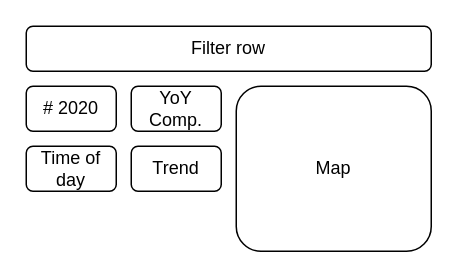
Above: page "layout" (2 of 3) of sketchpad.drawio in JayJose/atlanta-crime (draw.io), before the change. Source tidied: cells renumbered, new cells numbered last; positions are measured from the earlier drawing's top-left corner, leaving out a move shared by most shapes. Both pictures are drawn from the tidied source at 150%, with x=0, y=0 at pixel (26, 26).
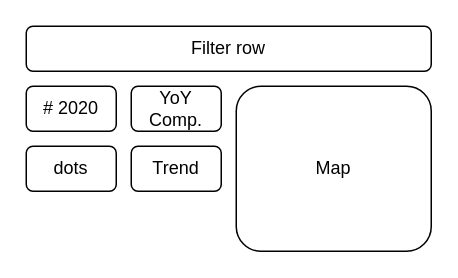
The same diagram, later.

What changed in the source:
```diff
@@
 <mxGraphModel>
   <root>
     <mxCell id="0" />
     <mxCell id="1" parent="0" />
     <mxCell id="2" value="Map" style="rounded=1;whiteSpace=wrap;html=1;" parent="1" vertex="1">
       <mxGeometry x="140" y="40" width="130" height="110" as="geometry" />
     </mxCell>
     <mxCell id="3" value="# 2020" style="rounded=1;whiteSpace=wrap;html=1;" parent="1" vertex="1">
       <mxGeometry y="40" width="60" height="30" as="geometry" />
     </mxCell>
     <mxCell id="4" value="YoY Comp." style="rounded=1;whiteSpace=wrap;html=1;" parent="1" vertex="1">
       <mxGeometry x="70" y="40" width="60" height="30" as="geometry" />
     </mxCell>
     <mxCell id="5" value="Filter row" style="rounded=1;whiteSpace=wrap;html=1;" parent="1" vertex="1">
       <mxGeometry width="270" height="30" as="geometry" />
     </mxCell>
     <mxCell id="6" value="Trend" style="rounded=1;whiteSpace=wrap;html=1;" parent="1" vertex="1">
       <mxGeometry x="70" y="80" width="60" height="30" as="geometry" />
     </mxCell>
-    <mxCell id="7" value="Time of day" style="rounded=1;whiteSpace=wrap;html=1;" parent="1" vertex="1">
+    <mxCell id="7" value="dots" style="rounded=1;whiteSpace=wrap;html=1;" parent="1" vertex="1">
       <mxGeometry y="80" width="60" height="30" as="geometry" />
     </mxCell>
   </root>
 </mxGraphModel>
```
